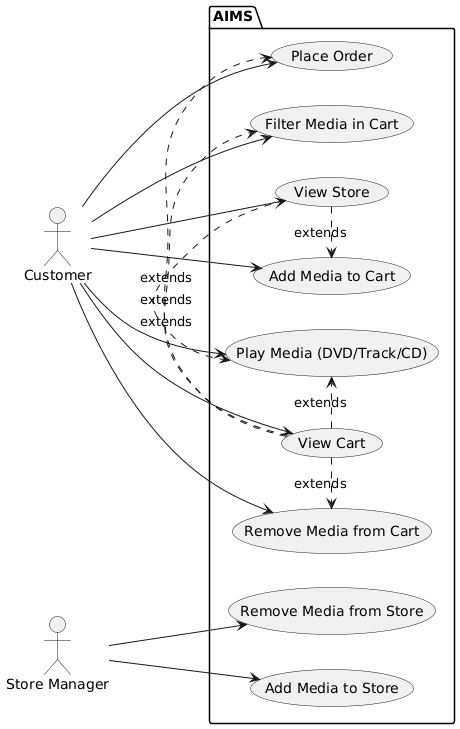
The PlantUML diagram AimsProject/Design/UseCaseDiagram.png in longnb134/OOPlab-761938-202416970-NguyenBaLong, before a commit.
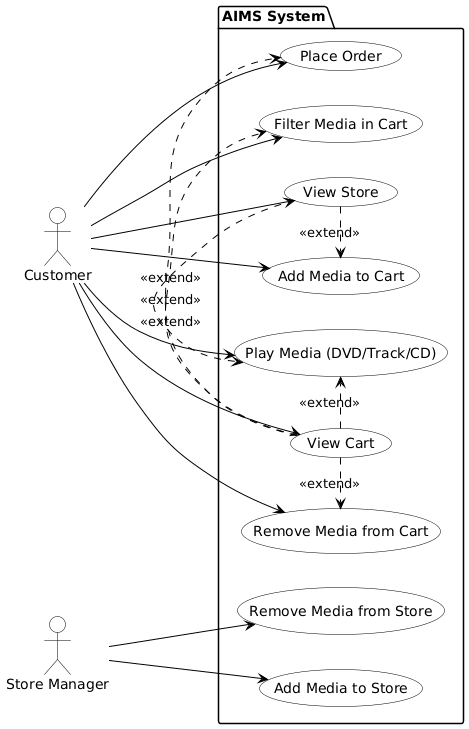
Later version of the same file.

Commit message:
Update UML diagrams to have a clean, orthogonal student-like style

What changed in the source:
```diff
@@ -1,9 +1,21 @@
 @startuml
 left to right direction
+skinparam shadowing false
+skinparam usecase {
+    BackgroundColor White
+    BorderColor Black
+    ArrowColor Black
+    FontName Arial
+}
+skinparam actor {
+    BackgroundColor White
+    BorderColor Black
+}
+
 actor "Customer" as C
 actor "Store Manager" as M
 
-package AIMS {
+package "AIMS System" {
   usecase "View Store" as UC1
   usecase "View Cart" as UC2
   usecase "Add Media to Cart" as UC3
@@ -26,11 +38,11 @@
 M --> UC8
 M --> UC9
 
-UC1 .> UC3 : extends
-UC1 .> UC5 : extends
-UC2 .> UC4 : extends
-UC2 .> UC5 : extends
-UC2 .> UC6 : extends
-UC2 .> UC7 : extends
+UC1 .> UC3 : <<extend>>
+UC1 .> UC5 : <<extend>>
+UC2 .> UC4 : <<extend>>
+UC2 .> UC5 : <<extend>>
+UC2 .> UC6 : <<extend>>
+UC2 .> UC7 : <<extend>>
 
 @enduml
```
